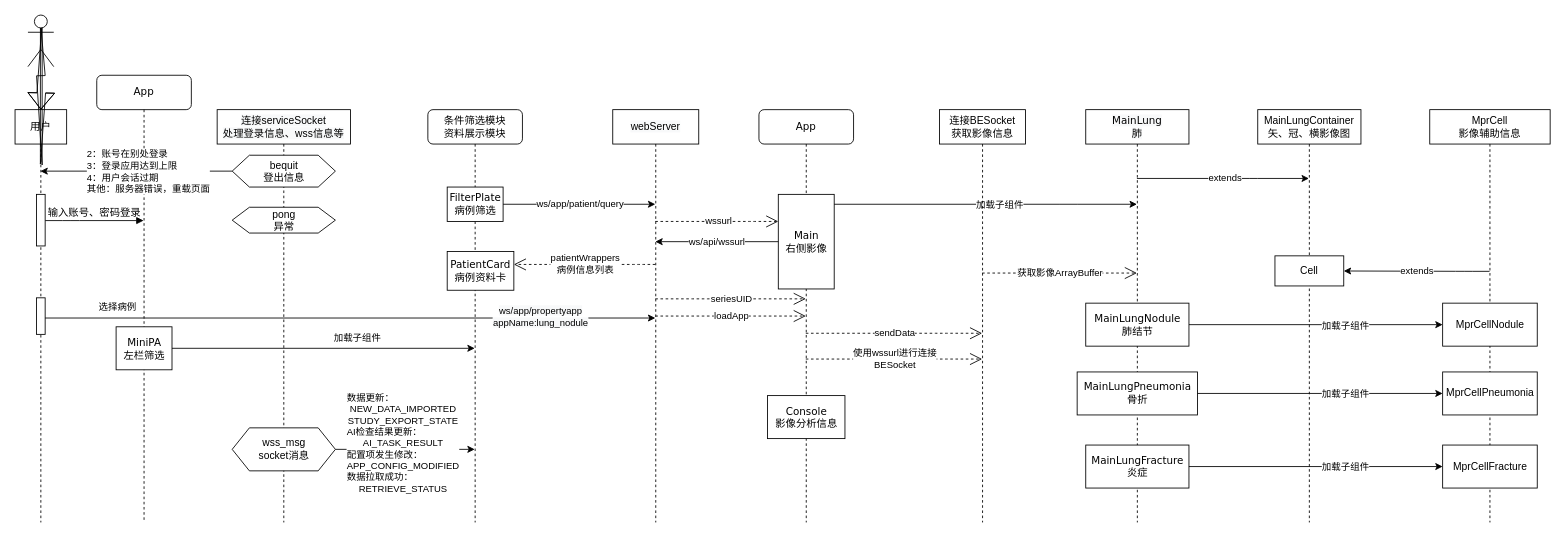
Above: Untitled Diagram.drawio in xingshijun/myBlog (draw.io), before the change. Source tidied: cells renumbered, new cells numbered last; positions are measured from the earlier drawing's top-left corner, leaving out a move shared by most shapes. Both pictures are drawn from the tidied source at 86%, with x=0, y=0 at pixel (15, 15).
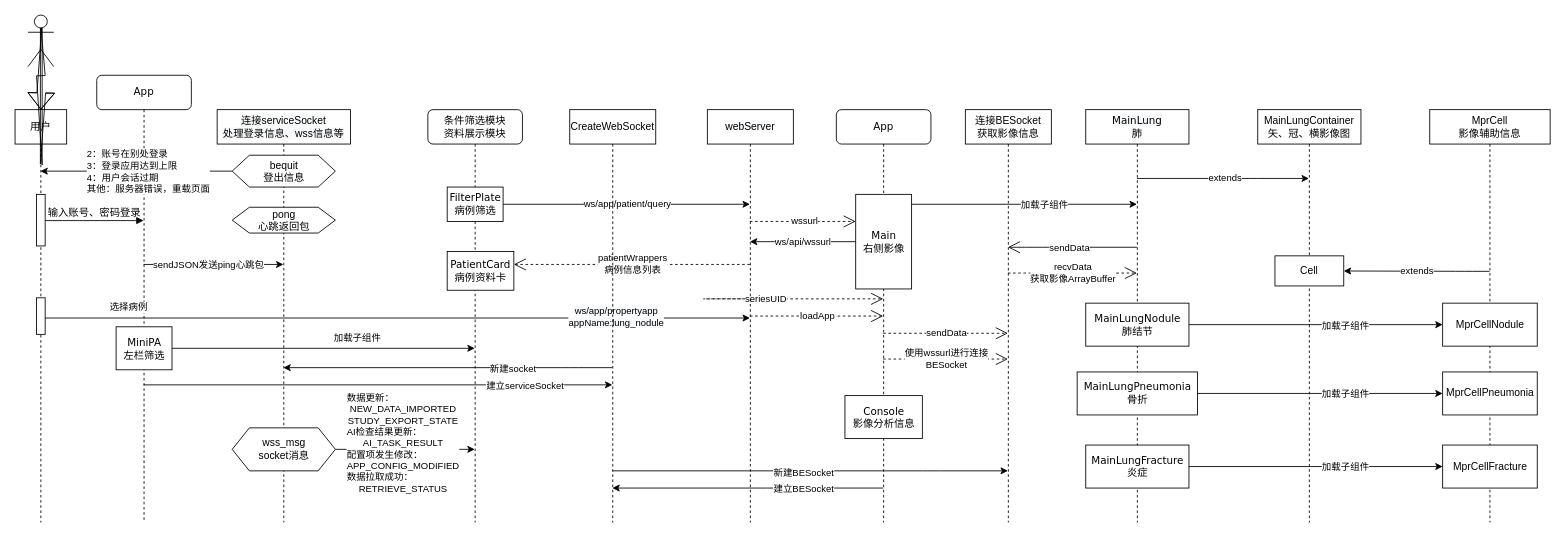
After the change.

Unchanged cells that the change refers to:
```xml
<mxCell id="5" value="App" style="shape=umlLifeline;perimeter=lifelinePerimeter;whiteSpace=wrap;html=1;outlineConnect=0;rounded=1;shadow=0;comic=0;labelBackgroundColor=none;strokeWidth=1;fontFamily=Verdana;fontSize=12;align=center;" parent="1" vertex="1">
  <mxGeometry x="95" y="70" width="110" height="520" as="geometry" />
</mxCell>
<mxCell id="38" value="&#10;&#10;&lt;span style=&quot;color: rgb(0, 0, 0); font-family: verdana; font-size: 12px; font-style: normal; font-weight: 400; letter-spacing: normal; text-align: center; text-indent: 0px; text-transform: none; word-spacing: 0px; background-color: rgb(248, 249, 250); display: inline; float: none;&quot;&gt;MainLung&lt;/span&gt;&lt;br style=&quot;color: rgb(0, 0, 0); font-family: verdana; font-size: 12px; font-style: normal; font-weight: 400; letter-spacing: normal; text-align: center; text-indent: 0px; text-transform: none; word-spacing: 0px; background-color: rgb(248, 249, 250);&quot;&gt;&lt;span style=&quot;color: rgb(0, 0, 0); font-family: verdana; font-size: 12px; font-style: normal; font-weight: 400; letter-spacing: normal; text-align: center; text-indent: 0px; text-transform: none; word-spacing: 0px; background-color: rgb(248, 249, 250); display: inline; float: none;&quot;&gt;肺&lt;/span&gt;&#10;&#10;" style="shape=umlLifeline;perimeter=lifelinePerimeter;whiteSpace=wrap;html=1;outlineConnect=0;" parent="1" vertex="1">
  <mxGeometry x="1245" y="110" width="120" height="480" as="geometry" />
</mxCell>
<mxCell id="44" value="&#10;&#10;&lt;span style=&quot;color: rgb(0, 0, 0); font-family: helvetica; font-size: 12px; font-style: normal; font-weight: 400; letter-spacing: normal; text-align: center; text-indent: 0px; text-transform: none; word-spacing: 0px; background-color: rgb(248, 249, 250); display: inline; float: none;&quot;&gt;连接serviceSocket&lt;/span&gt;&lt;br style=&quot;color: rgb(0, 0, 0); font-family: helvetica; font-size: 12px; font-style: normal; font-weight: 400; letter-spacing: normal; text-align: center; text-indent: 0px; text-transform: none; word-spacing: 0px; background-color: rgb(248, 249, 250);&quot;&gt;&lt;span style=&quot;color: rgb(0, 0, 0); font-family: helvetica; font-size: 12px; font-style: normal; font-weight: 400; letter-spacing: normal; text-align: center; text-indent: 0px; text-transform: none; word-spacing: 0px; background-color: rgb(248, 249, 250); display: inline; float: none;&quot;&gt;处理登录信息、wss信息等&lt;/span&gt;&#10;&#10;" style="shape=umlLifeline;perimeter=lifelinePerimeter;whiteSpace=wrap;html=1;outlineConnect=0;" parent="1" vertex="1">
  <mxGeometry x="235" y="110" width="155" height="480" as="geometry" />
</mxCell>
```

What changed in the source:
```diff
@@
     <mxCell id="11" value="App" style="shape=umlLifeline;perimeter=lifelinePerimeter;whiteSpace=wrap;html=1;outlineConnect=0;rounded=1;shadow=0;comic=0;labelBackgroundColor=none;strokeWidth=1;fontFamily=Verdana;fontSize=12;align=center;" parent="1" vertex="1">
-      <mxGeometry x="865" y="110" width="110" height="480" as="geometry" />
+      <mxGeometry x="955" y="110" width="110" height="480" as="geometry" />
     </mxCell>
@@
-    <mxCell id="21" value="获取影像ArrayBuffer" style="endArrow=open;endSize=12;dashed=1;html=1;" parent="1" edge="1" source="42" target="38">
+    <mxCell id="21" value="recvData&lt;br&gt;获取影像ArrayBuffer" style="endArrow=open;endSize=12;dashed=1;html=1;" parent="1" edge="1" source="42" target="38">
       <mxGeometry relative="1" as="geometry">
         <Array as="points">
-          <mxPoint x="1125" y="300" />
+          <mxPoint x="1175" y="300" />
         </Array>
       </mxGeometry>
     </mxCell>
@@
     <mxCell id="42" value="连接BESocket&lt;br&gt;获取影像信息" style="shape=umlLifeline;perimeter=lifelinePerimeter;whiteSpace=wrap;html=1;outlineConnect=0;" parent="1" vertex="1">
-      <mxGeometry x="1075" y="110" width="100" height="480" as="geometry" />
+      <mxGeometry x="1105" y="110" width="100" height="480" as="geometry" />
     </mxCell>
     <mxCell id="43" value="&#10;&#10;&lt;span style=&quot;color: rgb(0, 0, 0); font-family: helvetica; font-size: 12px; font-style: normal; font-weight: 400; letter-spacing: normal; text-align: center; text-indent: 0px; text-transform: none; word-spacing: 0px; background-color: rgb(248, 249, 250); display: inline; float: none;&quot;&gt;webServer&lt;/span&gt;&#10;&#10;" style="shape=umlLifeline;perimeter=lifelinePerimeter;whiteSpace=wrap;html=1;outlineConnect=0;" parent="1" vertex="1">
-      <mxGeometry x="695" y="110" width="100" height="480" as="geometry" />
+      <mxGeometry x="805" y="110" width="100" height="480" as="geometry" />
     </mxCell>
@@
-    <mxCell id="46" value="pong&lt;br&gt;异常" style="shape=hexagon;perimeter=hexagonPerimeter2;whiteSpace=wrap;html=1;fixedSize=1;" parent="44" vertex="1">
+    <mxCell id="46" value="pong&lt;br&gt;心跳返回包" style="shape=hexagon;perimeter=hexagonPerimeter2;whiteSpace=wrap;html=1;fixedSize=1;" parent="44" vertex="1">
       <mxGeometry x="17.5" y="113.5" width="120" height="30" as="geometry" />
     </mxCell>
@@
+    <mxCell id="61" value="CreateWebSocket" style="shape=umlLifeline;perimeter=lifelinePerimeter;whiteSpace=wrap;html=1;outlineConnect=0;" parent="1" vertex="1">
+      <mxGeometry x="645" y="110" width="100" height="480" as="geometry" />
+    </mxCell>
+    <mxCell id="62" style="endArrow=classic;html=1;" parent="1" edge="1" source="61" target="44">
+      <mxGeometry relative="1" as="geometry">
+        <Array as="points">
+          <mxPoint x="645" y="410" />
+        </Array>
+      </mxGeometry>
+    </mxCell>
+    <mxCell id="63" value="新建socket" style="edgeLabel;html=1;align=center;verticalAlign=middle;" parent="62" vertex="1">
+      <mxGeometry x="-0.39" y="1" relative="1" as="geometry">
+        <mxPoint x="1" as="offset" />
+      </mxGeometry>
+    </mxCell>
+    <mxCell id="64" style="endArrow=classic;html=1;" parent="1" edge="1" source="5" target="61">
+      <mxGeometry relative="1" as="geometry">
+        <Array as="points">
+          <mxPoint x="275" y="430" />
+        </Array>
+      </mxGeometry>
+    </mxCell>
+    <mxCell id="65" value="建立serviceSocket" style="edgeLabel;html=1;align=center;verticalAlign=middle;" parent="64" vertex="1">
+      <mxGeometry x="0.57" relative="1" as="geometry">
+        <mxPoint x="15" as="offset" />
+      </mxGeometry>
+    </mxCell>
+    <mxCell id="66" style="endArrow=classic;html=1;" parent="1" edge="1" source="11" target="61">
+      <mxGeometry relative="1" as="geometry">
+        <Array as="points">
+          <mxPoint x="885" y="550" />
+        </Array>
+      </mxGeometry>
+    </mxCell>
+    <mxCell id="67" value="建立BESocket" style="edgeLabel;html=1;align=center;verticalAlign=middle;" parent="66" vertex="1">
+      <mxGeometry x="-0.41" y="3" relative="1" as="geometry">
+        <mxPoint y="-3" as="offset" />
+      </mxGeometry>
+    </mxCell>
+    <mxCell id="68" style="endArrow=classic;html=1;" parent="1" edge="1" source="61" target="42">
+      <mxGeometry relative="1" as="geometry">
+        <Array as="points">
+          <mxPoint x="1065" y="530" />
+        </Array>
+      </mxGeometry>
+    </mxCell>
+    <mxCell id="69" value="新建BESocket" style="edgeLabel;html=1;align=center;verticalAlign=middle;" parent="68" vertex="1">
+      <mxGeometry x="-0.04" y="-2" relative="1" as="geometry">
+        <mxPoint x="1" as="offset" />
+      </mxGeometry>
+    </mxCell>
+    <mxCell id="70" style="endArrow=open;endFill=1;endSize=12;html=1;" parent="1" edge="1" source="38" target="42">
+      <mxGeometry relative="1" as="geometry">
+        <Array as="points">
+          <mxPoint x="1185" y="270" />
+        </Array>
+      </mxGeometry>
+    </mxCell>
+    <mxCell id="71" value="sendData" style="edgeLabel;html=1;align=center;verticalAlign=middle;" parent="70" vertex="1">
+      <mxGeometry x="0.02" y="1" relative="1" as="geometry">
+        <mxPoint x="-2" y="-1" as="offset" />
+      </mxGeometry>
+    </mxCell>
+    <mxCell id="72" style="endArrow=classic;html=1;" parent="1" edge="1" source="5" target="44">
+      <mxGeometry relative="1" as="geometry">
+        <Array as="points">
+          <mxPoint x="275" y="290" />
+        </Array>
+      </mxGeometry>
+    </mxCell>
+    <mxCell id="73" value="sendJSON发送ping心跳包" style="edgeLabel;html=1;align=center;verticalAlign=middle;" parent="72" vertex="1">
+      <mxGeometry x="0.31" relative="1" as="geometry">
+        <mxPoint x="-31" as="offset" />
+      </mxGeometry>
+    </mxCell>
```
